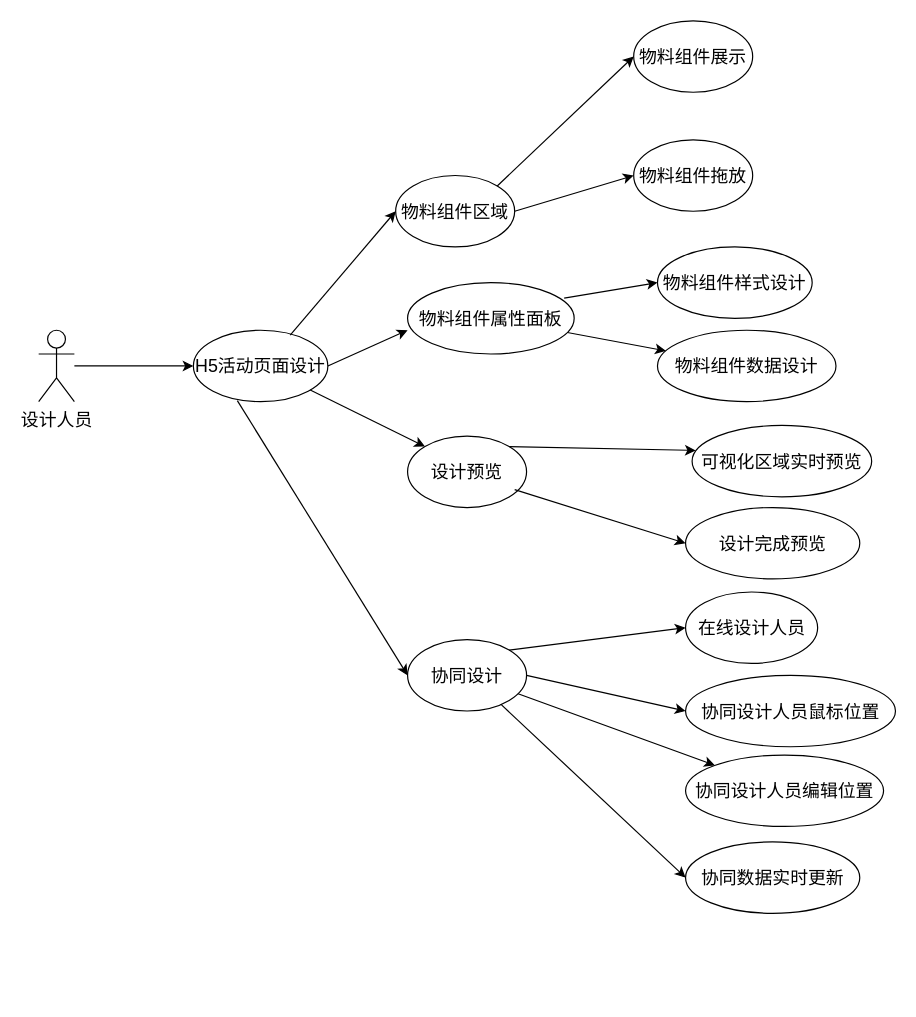
Earlier version of the draw.io diagram 第三章/活动页面设计用例图.drawio (yuxinyu12345/diagrams). Source tidied: cells renumbered, new cells numbered last; positions are measured from the earlier drawing's top-left corner, leaving out a move shared by most shapes. Both pictures are drawn from the tidied source at 119%, with x=0, y=0 at pixel (38, 20).
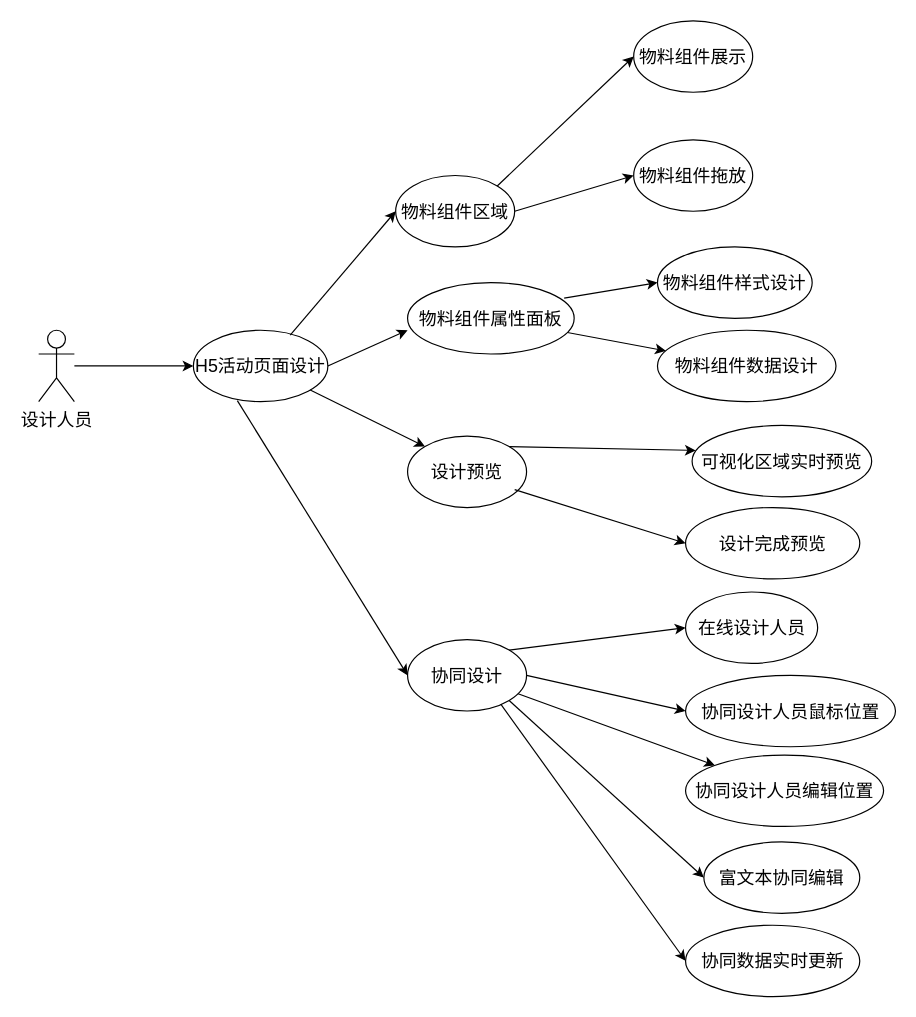
After the change.

Commit message:
更新活动页面设计用例图.drawio

Unchanged cells that the change refers to:
```xml
<mxCell id="17" value="协同设计" style="ellipse;whiteSpace=wrap;html=1;fontSize=15;" parent="1" vertex="1">
  <mxGeometry x="310" y="520" width="100" height="60" as="geometry" />
</mxCell>
```

What changed in the source:
```diff
@@
     <mxCell id="22" value="协同数据实时更新" style="ellipse;whiteSpace=wrap;html=1;fontSize=15;" parent="1" vertex="1">
-      <mxGeometry x="543.6" y="690" width="146.4" height="60" as="geometry" />
+      <mxGeometry x="543.6" y="760" width="146.4" height="60" as="geometry" />
     </mxCell>
@@
+    <mxCell id="33" value="富文本协同编辑" style="ellipse;whiteSpace=wrap;html=1;fontSize=15;" parent="1" vertex="1">
+      <mxGeometry x="559" y="690" width="131" height="60" as="geometry" />
+    </mxCell>
+    <mxCell id="34" style="endArrow=classic;html=1;rounded=0;fontSize=15;exitX=1;exitY=1;exitDx=0;exitDy=0;entryX=0;entryY=0.5;entryDx=0;entryDy=0;" parent="1" edge="1" source="17" target="33">
+      <mxGeometry relative="1" as="geometry" />
+    </mxCell>
```
